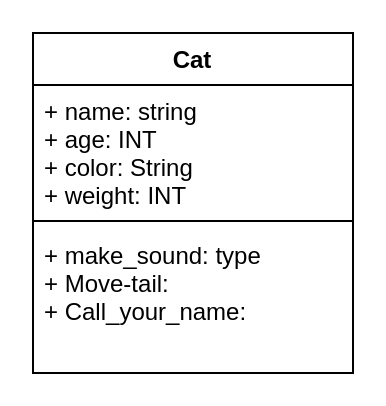
Before: page "Page-1" (1 of 2) of Untitled Diagram.drawio in Maufa42/Ruby-Repo, a draw.io diagram. Source tidied: cells renumbered, new cells numbered last; positions are measured from the earlier drawing's top-left corner, leaving out a move shared by most shapes. Both pictures are drawn from the tidied source at 200%, with x=0, y=0 at pixel (32, 32).
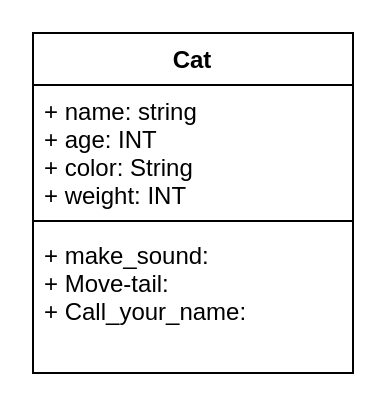
The same page after the edit.

Diff of the diagram source:
```diff
@@
 <mxGraphModel>
   <root>
     <mxCell id="0" />
     <mxCell id="1" parent="0" />
     <mxCell id="2" value="Cat" style="swimlane;fontStyle=1;align=center;verticalAlign=top;horizontal=1;startSize=26;" parent="1" vertex="1">
       <mxGeometry width="160" height="170" as="geometry" />
     </mxCell>
     <mxCell id="3" value="+ name: string&#10;+ age: INT&#10;+ color: String&#10;+ weight: INT" style="text;strokeColor=none;fillColor=none;align=left;verticalAlign=top;spacingLeft=4;spacingRight=4;overflow=hidden;" parent="2" vertex="1">
       <mxGeometry y="26" width="160" height="64" as="geometry" />
     </mxCell>
     <mxCell id="4" style="line;strokeWidth=1;fillColor=none;align=left;verticalAlign=middle;spacingTop=-1;spacingLeft=3;spacingRight=3;labelPosition=right;" parent="2" vertex="1">
       <mxGeometry y="90" width="160" height="8" as="geometry" />
     </mxCell>
-    <mxCell id="5" value="+ make_sound: type&#10;+ Move-tail:&#10;+ Call_your_name: &#10;&#10;" style="text;strokeColor=none;fillColor=none;align=left;verticalAlign=top;spacingLeft=4;spacingRight=4;overflow=hidden;" parent="2" vertex="1">
+    <mxCell id="5" value="+ make_sound: &#10;+ Move-tail:&#10;+ Call_your_name: &#10;&#10;" style="text;strokeColor=none;fillColor=none;align=left;verticalAlign=top;spacingLeft=4;spacingRight=4;overflow=hidden;" parent="2" vertex="1">
       <mxGeometry y="98" width="160" height="72" as="geometry" />
     </mxCell>
   </root>
 </mxGraphModel>
```
